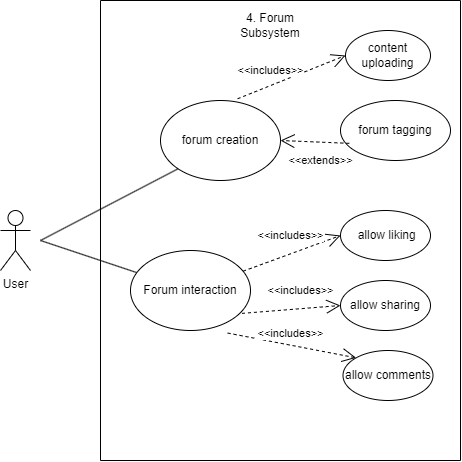
This is docs/doc_images/Forums.png from COS301-SE-2024/TailWaggr, a draw.io export, as it was before one commit. Source tidied: cells renumbered, new cells last; positions are measured from the earlier drawing's top-left corner, leaving out a move shared by most shapes.
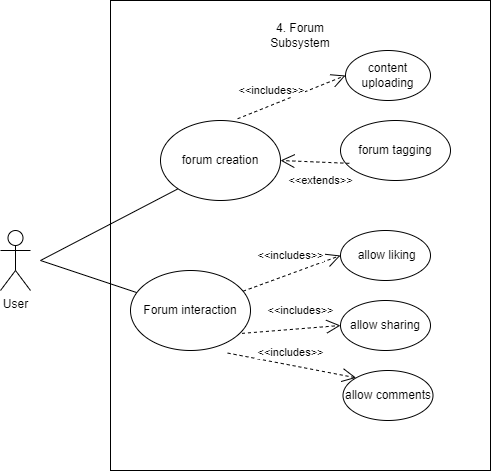
After the commit.

Change to the diagram source:
```diff
@@ -2,6 +2,9 @@
   <root>
     <mxCell id="0" />
     <mxCell id="1" parent="0" />
+    <mxCell id="22" style="rounded=0;whiteSpace=wrap;html=1;" parent="1" vertex="1">
+      <mxGeometry x="110" y="-20" width="380" height="470" as="geometry" />
+    </mxCell>
     <mxCell id="2" value="forum creation" style="ellipse;whiteSpace=wrap;html=1;" parent="1" vertex="1">
       <mxGeometry x="160" y="100" width="120" height="80" as="geometry" />
     </mxCell>
@@ -16,12 +19,6 @@
         <mxPoint x="40" y="240" as="sourcePoint" />
       </mxGeometry>
     </mxCell>
-    <mxCell id="6" style="endArrow=none;html=1;rounded=0;" parent="1" edge="1">
-      <mxGeometry relative="1" as="geometry">
-        <mxPoint x="100" y="460" as="sourcePoint" />
-        <mxPoint x="460" y="460" as="targetPoint" />
-      </mxGeometry>
-    </mxCell>
     <mxCell id="7" value="content uploading" style="ellipse;whiteSpace=wrap;html=1;" parent="1" vertex="1">
       <mxGeometry x="345" y="30" width="85" height="50" as="geometry" />
     </mxCell>
@@ -57,26 +54,8 @@
     <mxCell id="17" value="&amp;lt;&amp;lt;includes&amp;gt;&amp;gt;" style="endArrow=open;endSize=12;dashed=1;html=1;rounded=0;entryX=0;entryY=0;entryDx=0;entryDy=0;exitX=0.81;exitY=1.032;exitDx=0;exitDy=0;exitPerimeter=0;" parent="1" edge="1" source="3" target="16">
       <mxGeometry x="-0.06" y="12" relative="1" as="geometry" />
     </mxCell>
-    <mxCell id="18" style="endArrow=none;html=1;rounded=0;" parent="1" edge="1">
-      <mxGeometry relative="1" as="geometry">
-        <mxPoint x="100" y="460" as="sourcePoint" />
-        <mxPoint x="100" as="targetPoint" />
-      </mxGeometry>
-    </mxCell>
-    <mxCell id="19" style="endArrow=none;html=1;rounded=0;" parent="1" edge="1">
-      <mxGeometry relative="1" as="geometry">
-        <mxPoint x="460" y="460" as="sourcePoint" />
-        <mxPoint x="460" as="targetPoint" />
-      </mxGeometry>
-    </mxCell>
-    <mxCell id="20" style="endArrow=none;html=1;rounded=0;" parent="1" edge="1">
-      <mxGeometry relative="1" as="geometry">
-        <mxPoint x="100" as="sourcePoint" />
-        <mxPoint x="460" as="targetPoint" />
-      </mxGeometry>
-    </mxCell>
     <mxCell id="21" value="4. Forum Subsystem" style="text;html=1;align=center;verticalAlign=middle;whiteSpace=wrap;rounded=0;" parent="1" vertex="1">
-      <mxGeometry x="240" y="10" width="60" height="30" as="geometry" />
+      <mxGeometry x="270" width="60" height="30" as="geometry" />
     </mxCell>
   </root>
 </mxGraphModel>
```
